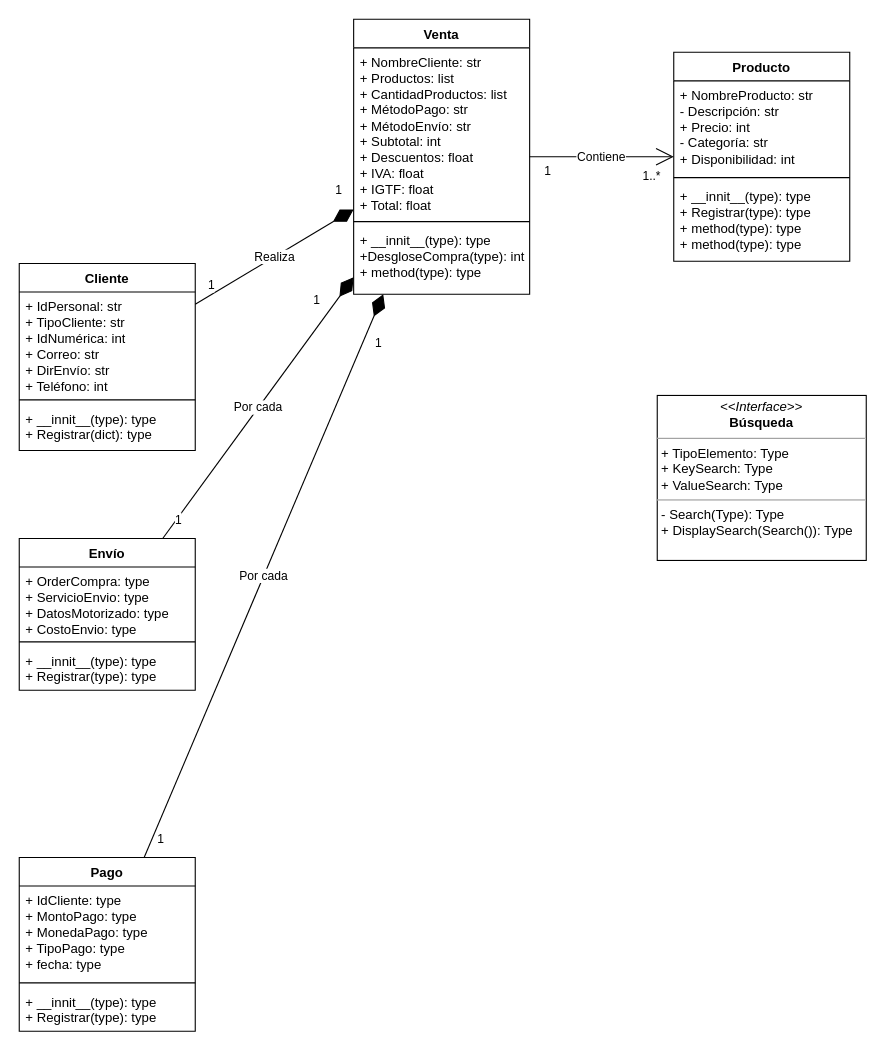
Earlier version of the draw.io diagram Proyecto/ProyectoAyP.drawio (Miguiiii/Clases-AyP). Source tidied: cells renumbered, new cells numbered last; positions are measured from the earlier drawing's top-left corner, leaving out a move shared by most shapes. Both pictures are drawn from the tidied source at 110%, with x=0, y=0 at pixel (19, 19).
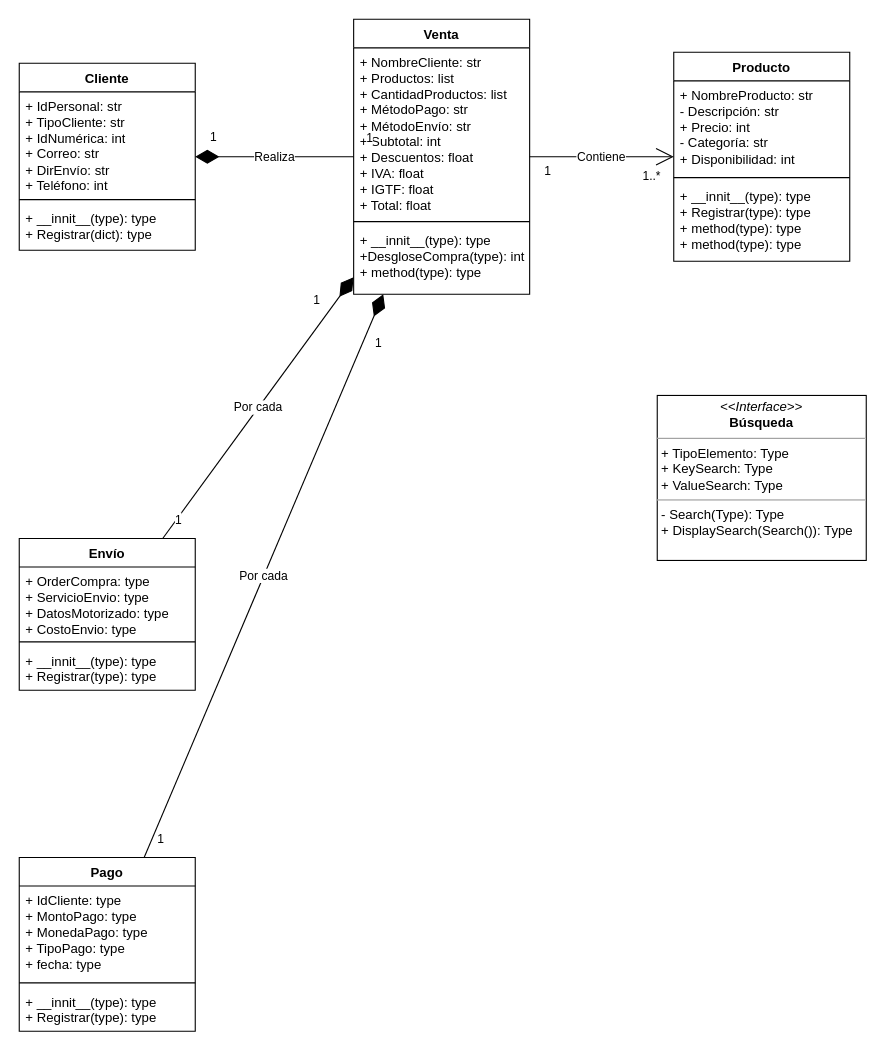
After the change.

The change refers to these unchanged cells:
```xml
<mxCell id="10" value="Venta" style="swimlane;fontStyle=1;align=center;verticalAlign=top;horizontal=1;startSize=26;whiteSpace=wrap;html=1;rounded=0;" parent="1" vertex="1">
  <mxGeometry x="304" width="160" height="250" as="geometry" />
</mxCell>
```

The edit, as a diff of the source:
```diff
@@
     <mxCell id="6" value="Cliente" style="swimlane;fontStyle=1;align=center;verticalAlign=top;horizontal=1;startSize=26;whiteSpace=wrap;html=1;rounded=0;" parent="1" vertex="1">
-      <mxGeometry y="222" width="160" height="170" as="geometry" />
+      <mxGeometry y="40" width="160" height="170" as="geometry" />
     </mxCell>
@@
-    <mxCell id="25" value="Realiza" style="endArrow=diamondThin;html=1;endSize=19;startArrow=none;startSize=14;startFill=0;rounded=0;endFill=1;" parent="1" edge="1" source="6" target="10">
+    <mxCell id="25" value="Realiza" style="endArrow=diamondThin;html=1;endSize=19;startArrow=none;startSize=14;startFill=0;rounded=0;endFill=1;" parent="1" edge="1" source="10" target="6">
       <mxGeometry relative="1" as="geometry" />
     </mxCell>
@@
     <mxCell id="27" value="1" style="edgeLabel;html=1;align=right;verticalAlign=top;rounded=0;" parent="25" vertex="1">
       <mxGeometry x="1" relative="1" as="geometry">
-        <mxPoint x="-10" y="-31" as="offset" />
+        <mxPoint x="20" y="-31" as="offset" />
       </mxGeometry>
     </mxCell>
```
